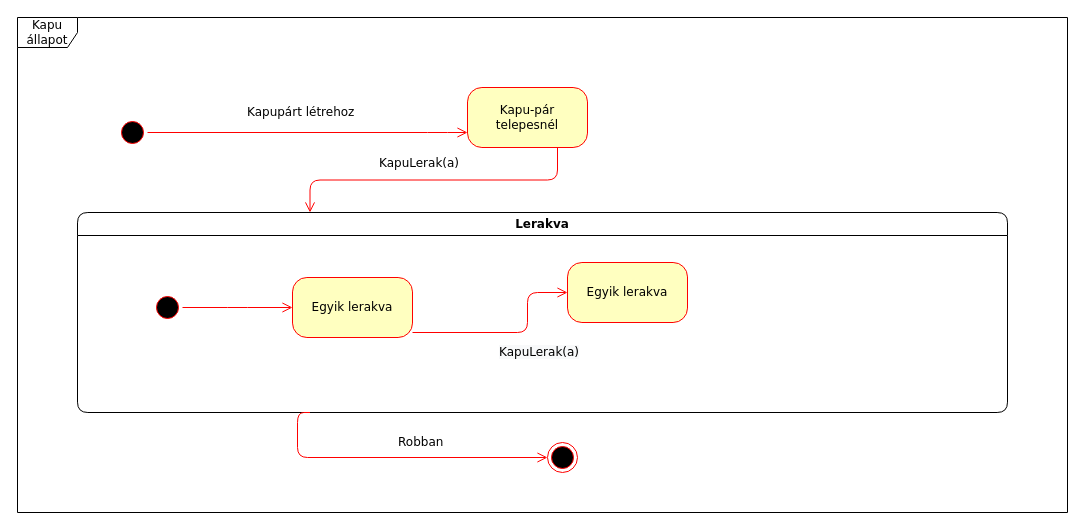
Before: doc/uml/teleport_allapot.drawio in torpeBoiGo/aszteroidabanyaszat, a draw.io diagram. Source tidied: cells renumbered, new cells numbered last; positions are measured from the earlier drawing's top-left corner, leaving out a move shared by most shapes. Both pictures are drawn from the tidied source at 100%, with x=0, y=0 at pixel (17, 17).
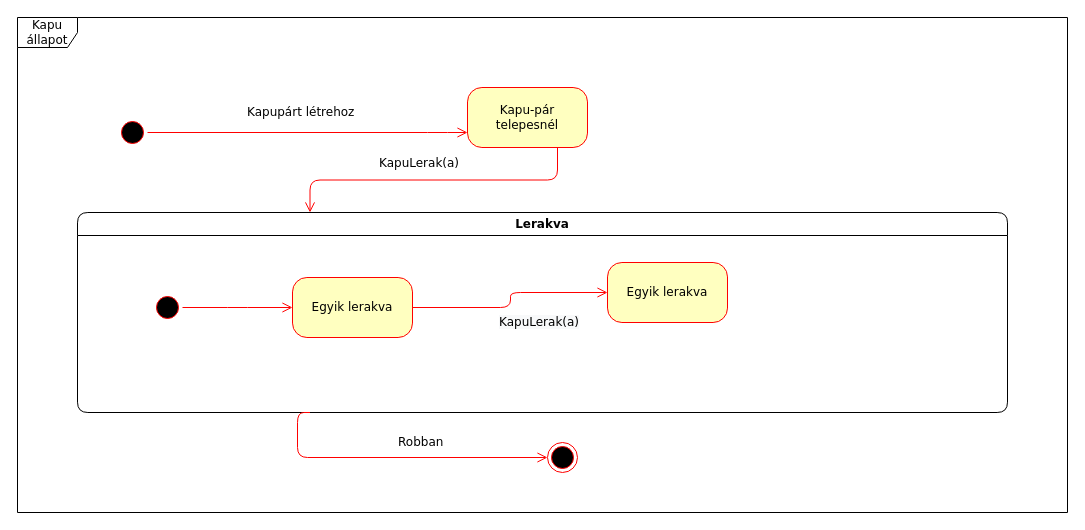
After the change.

Diff of the diagram source:
```diff
@@
 <mxGraphModel background="#ffffff">
   <root>
     <mxCell id="0" />
     <mxCell id="1" parent="0" />
     <mxCell id="2" value="Kapu állapot" style="shape=umlFrame;whiteSpace=wrap;html=1;rounded=1;shadow=0;comic=0;labelBackgroundColor=none;strokeWidth=1;fontFamily=Verdana;fontSize=12;align=center;" parent="1" vertex="1">
       <mxGeometry width="1050" height="495" as="geometry" />
     </mxCell>
     <mxCell id="3" style="ellipse;html=1;shape=startState;fillColor=#000000;strokeColor=#ff0000;rounded=1;shadow=0;comic=0;labelBackgroundColor=none;fontFamily=Verdana;fontSize=12;fontColor=#000000;align=center;direction=south;" parent="1" vertex="1">
       <mxGeometry x="100" y="100" width="30" height="30" as="geometry" />
     </mxCell>
     <mxCell id="4" value="Kapu-pár telepesnél" style="rounded=1;whiteSpace=wrap;html=1;arcSize=24;fillColor=#ffffc0;strokeColor=#ff0000;shadow=0;comic=0;labelBackgroundColor=none;fontFamily=Verdana;fontSize=12;fontColor=#000000;align=center;" parent="1" vertex="1">
       <mxGeometry x="450" y="70" width="120" height="60" as="geometry" />
     </mxCell>
     <mxCell id="5" value="Lerakva" style="swimlane;whiteSpace=wrap;html=1;rounded=1;shadow=0;comic=0;labelBackgroundColor=none;strokeWidth=1;fontFamily=Verdana;fontSize=12;align=center;" parent="1" vertex="1">
       <mxGeometry x="60" y="195" width="930" height="200" as="geometry" />
     </mxCell>
     <mxCell id="6" value="Egyik lerakva" style="rounded=1;whiteSpace=wrap;html=1;arcSize=24;fillColor=#ffffc0;strokeColor=#ff0000;shadow=0;comic=0;labelBackgroundColor=none;fontFamily=Verdana;fontSize=12;fontColor=#000000;align=center;" parent="5" vertex="1">
       <mxGeometry x="215" y="65" width="120" height="60" as="geometry" />
     </mxCell>
     <mxCell id="7" style="edgeStyle=elbowEdgeStyle;html=1;labelBackgroundColor=none;endArrow=open;endSize=8;strokeColor=#ff0000;fontFamily=Verdana;fontSize=12;align=left;" parent="5" edge="1" source="8" target="6">
       <mxGeometry relative="1" as="geometry" />
     </mxCell>
     <mxCell id="8" style="ellipse;html=1;shape=startState;fillColor=#000000;strokeColor=#ff0000;rounded=1;shadow=0;comic=0;labelBackgroundColor=none;fontFamily=Verdana;fontSize=12;fontColor=#000000;align=center;direction=south;" parent="5" vertex="1">
       <mxGeometry x="75" y="80" width="30" height="30" as="geometry" />
     </mxCell>
     <mxCell id="9" value="Kapupárt létrehoz" style="edgeStyle=orthogonalEdgeStyle;html=1;labelBackgroundColor=none;endArrow=open;endSize=8;strokeColor=#ff0000;fontFamily=Verdana;fontSize=12;align=left;entryX=0;entryY=0.75;entryDx=0;entryDy=0;" parent="1" edge="1" source="3" target="4">
       <mxGeometry x="-0.39" y="20" relative="1" as="geometry">
         <Array as="points">
           <mxPoint x="420" y="115" />
         </Array>
       </mxGeometry>
     </mxCell>
     <mxCell id="10" value="KapuLerak(a)" style="edgeStyle=orthogonalEdgeStyle;html=1;labelBackgroundColor=none;endArrow=open;endSize=8;strokeColor=#ff0000;fontFamily=Verdana;fontSize=12;align=left;exitX=0.75;exitY=1;exitDx=0;exitDy=0;entryX=0.25;entryY=0;entryDx=0;entryDy=0;" parent="1" edge="1" source="4" target="5">
       <mxGeometry x="0.36" y="-17" relative="1" as="geometry">
         <mxPoint x="-1" as="offset" />
       </mxGeometry>
     </mxCell>
     <mxCell id="11" value="Robban" style="edgeStyle=elbowEdgeStyle;html=1;labelBackgroundColor=none;endArrow=open;endSize=8;strokeColor=#ff0000;fontFamily=Verdana;fontSize=12;align=left;exitX=0.25;exitY=1;exitDx=0;exitDy=0;entryX=0;entryY=0.5;entryDx=0;entryDy=0;" parent="1" edge="1" source="5" target="12">
       <mxGeometry x="0.02" y="15" relative="1" as="geometry">
         <Array as="points">
           <mxPoint x="280" y="445" />
         </Array>
         <mxPoint x="-1" as="offset" />
       </mxGeometry>
     </mxCell>
     <mxCell id="12" style="ellipse;html=1;shape=endState;fillColor=#000000;strokeColor=#ff0000;rounded=1;shadow=0;comic=0;labelBackgroundColor=none;fontFamily=Verdana;fontSize=12;fontColor=#000000;align=center;" parent="1" vertex="1">
       <mxGeometry x="530" y="425" width="30" height="30" as="geometry" />
     </mxCell>
-    <mxCell id="13" value="&#10;&#10;&lt;span style=&quot;color: rgb(0, 0, 0); font-family: verdana; font-size: 12px; font-style: normal; font-weight: 400; letter-spacing: normal; text-align: left; text-indent: 0px; text-transform: none; word-spacing: 0px; background-color: rgb(248, 249, 250); display: inline; float: none;&quot;&gt;KapuLerak(a)&lt;/span&gt;&#10;&#10;" style="edgeStyle=elbowEdgeStyle;html=1;labelBackgroundColor=none;endArrow=open;endSize=8;strokeColor=#ff0000;fontFamily=Verdana;fontSize=12;align=left;" parent="1" edge="1" source="6" target="14">
-      <mxGeometry x="-0.13" y="-20" relative="1" as="geometry">
-        <Array as="points">
-          <mxPoint x="510" y="315" />
-        </Array>
-      </mxGeometry>
+    <mxCell id="13" value="&#10;&#10;&lt;span style=&quot;color: rgb(0, 0, 0); font-family: verdana; font-size: 12px; font-style: normal; font-weight: 400; letter-spacing: normal; text-align: left; text-indent: 0px; text-transform: none; word-spacing: 0px; background-color: rgb(248, 249, 250); display: inline; float: none;&quot;&gt;KapuLerak(a)&lt;/span&gt;&#10;&#10;" style="edgeStyle=elbowEdgeStyle;html=1;labelBackgroundColor=none;endArrow=open;endSize=8;strokeColor=#ff0000;fontFamily=Verdana;fontSize=12;align=left;exitX=1;exitY=0.5;exitDx=0;exitDy=0;" parent="1" edge="1" source="6" target="14">
+      <mxGeometry x="-0.19" y="-15" relative="1" as="geometry" />
     </mxCell>
     <mxCell id="14" value="Egyik lerakva" style="rounded=1;whiteSpace=wrap;html=1;arcSize=24;fillColor=#ffffc0;strokeColor=#ff0000;shadow=0;comic=0;labelBackgroundColor=none;fontFamily=Verdana;fontSize=12;fontColor=#000000;align=center;" parent="1" vertex="1">
-      <mxGeometry x="550" y="245" width="120" height="60" as="geometry" />
+      <mxGeometry x="590" y="245" width="120" height="60" as="geometry" />
     </mxCell>
   </root>
 </mxGraphModel>
```
